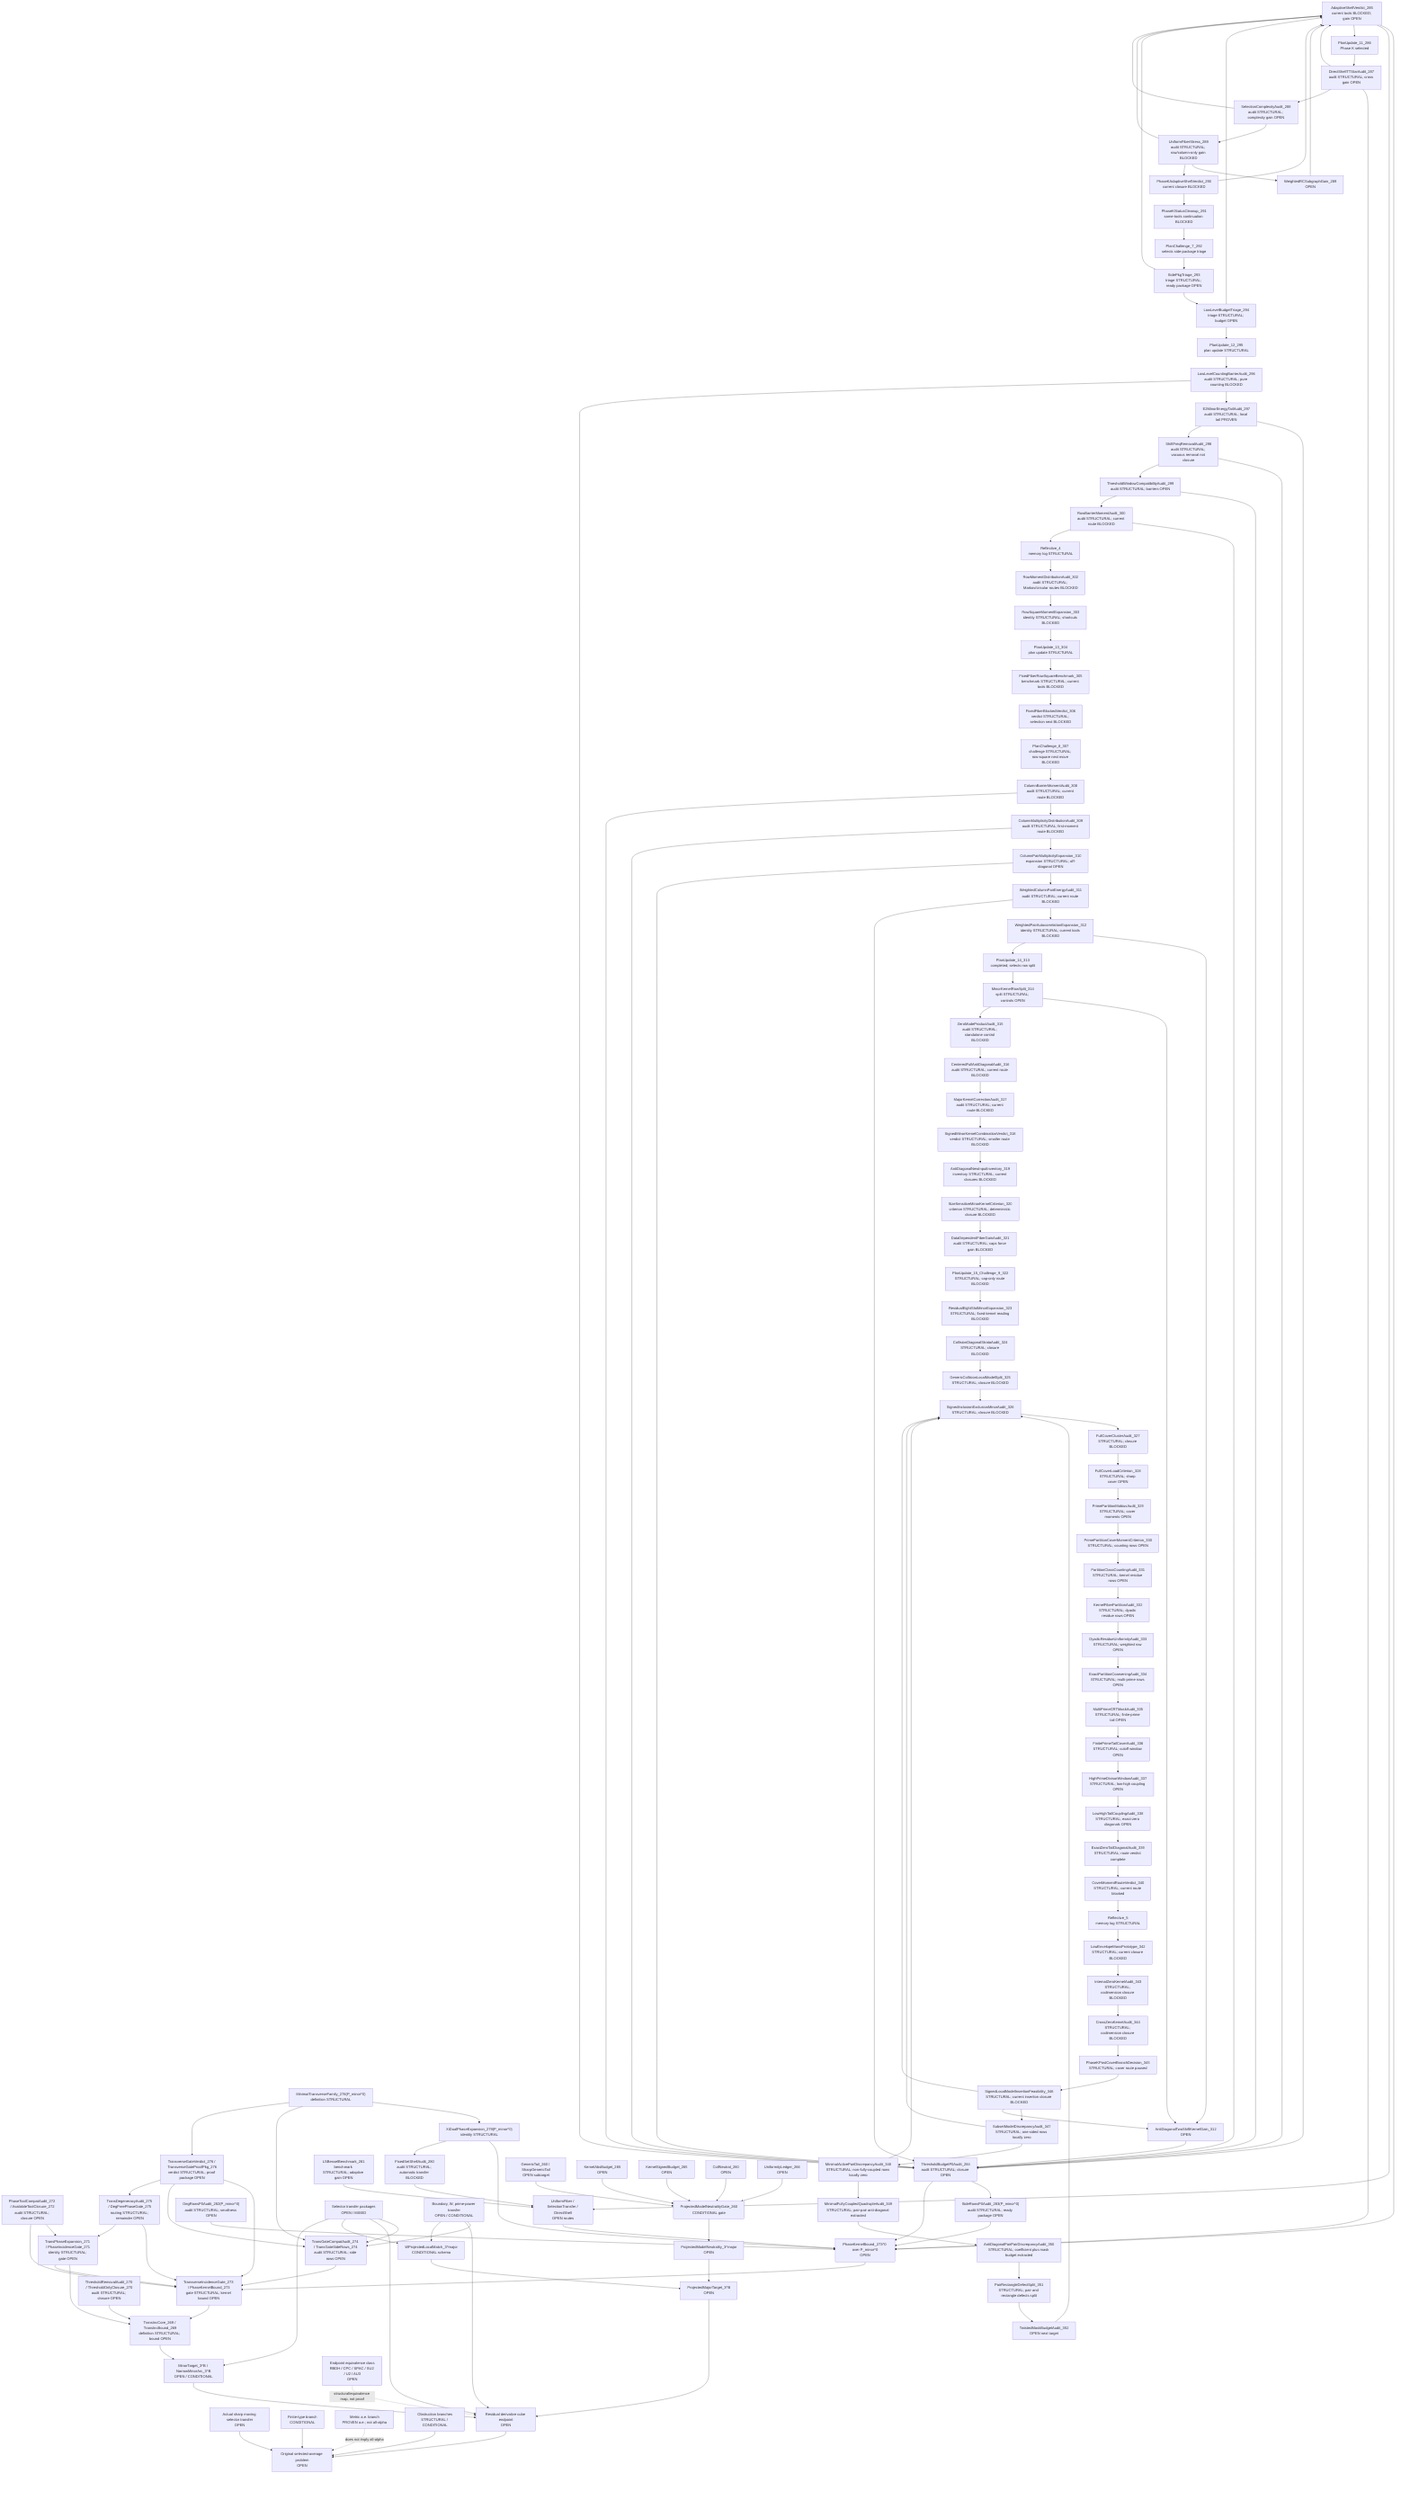
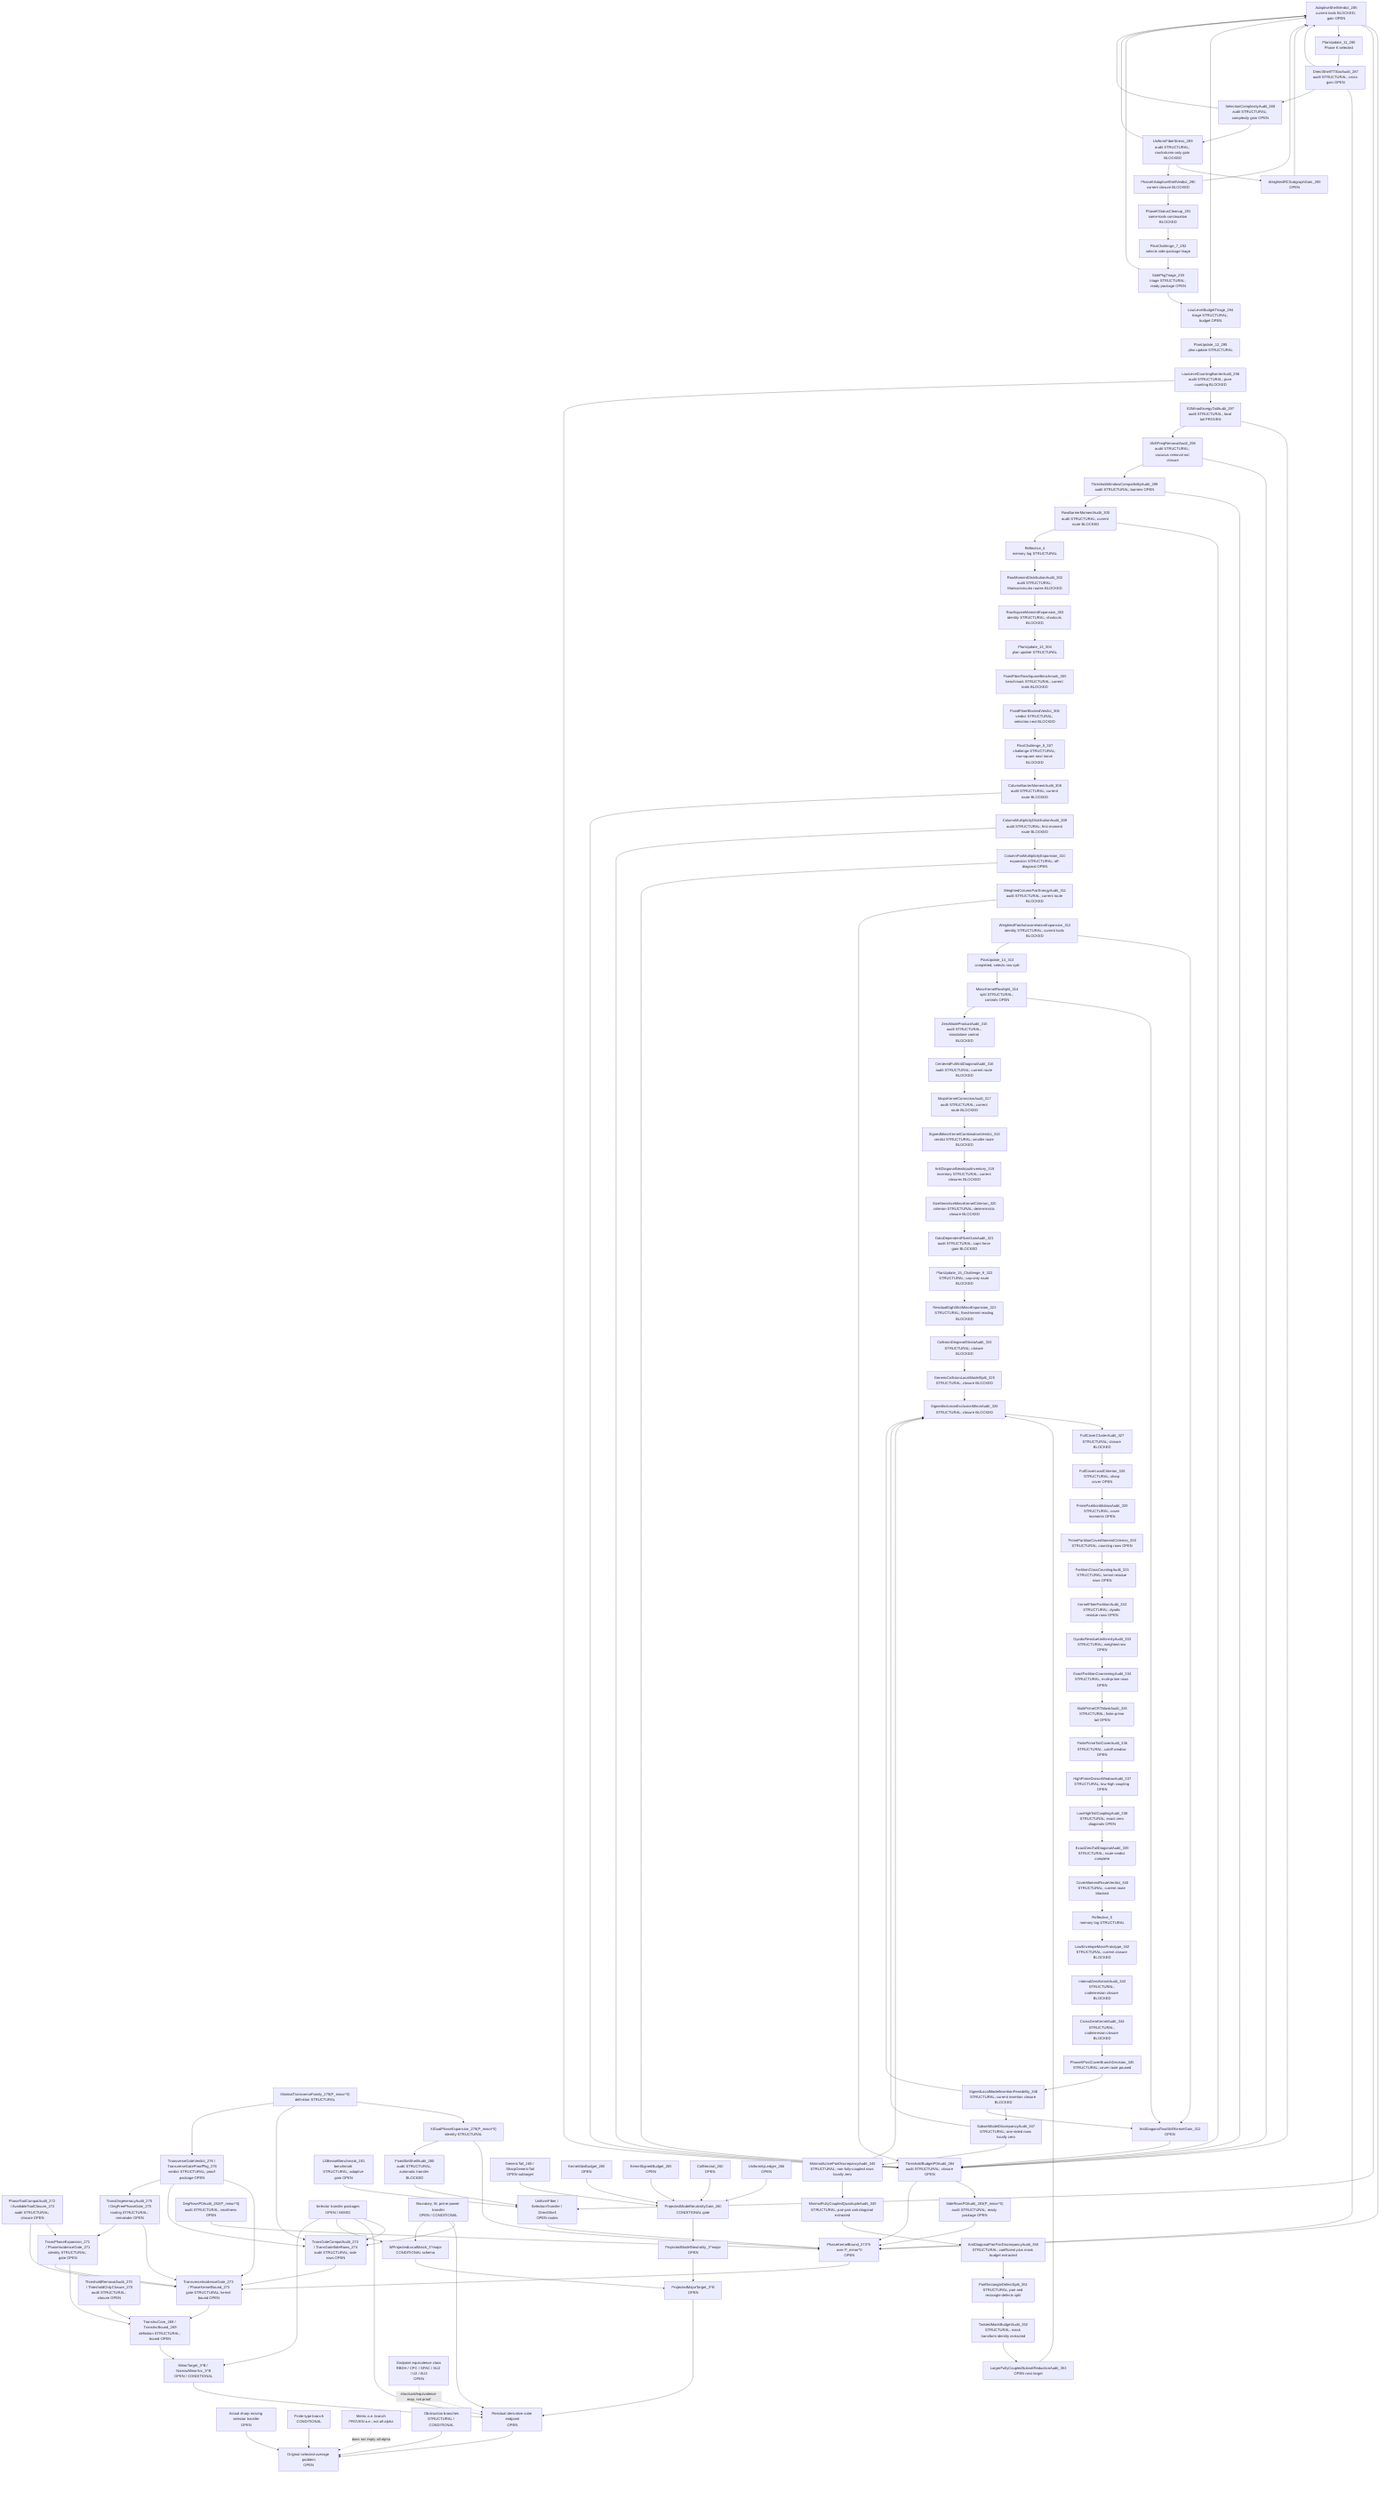
flowchart TD
  Original["Original selected-average problem<br/>OPEN"]
  SharpSel["Actual sharp moving selector transfer<br/>OPEN"]
  FiniteType["Finite-type branch<br/>CONDITIONAL"]
  Metric["Metric a.e. branch<br/>PROVEN a.e.; not all-alpha"]
  Obstruction["Obstruction branches<br/>STRUCTURAL / CONDITIONAL"]

  ResCube["Residual derivative cube endpoint<br/>OPEN"]
  MajorTarget["ProjectedMajorTarget_3^B<br/>OPEN"]
  MinorTarget["MinorTarget_3^B / NarrowMinorArc_3^B<br/>OPEN / CONDITIONAL"]
  TransInc["TransIncCore_269 / TransIncBound_269<br/>definition STRUCTURAL; bound OPEN"]
  ThresholdAudit["ThresholdRemovalAudit_270 / ThresholdOnlyClosure_270<br/>audit STRUCTURAL; closure OPEN"]
  PhaseExpansion["TransPhaseExpansion_271 / PhaseIncidenceGate_271<br/>identity STRUCTURAL; gate OPEN"]
  ToolCompat["PhaseToolCompatAudit_272 / AvailableToolClosure_272<br/>audit STRUCTURAL; closure OPEN"]
  TransGate["TransverseIncidenceGate_273 / PhaseKernelBound_273<br/>gate STRUCTURAL; kernel bound OPEN"]
  TransGateCompat["TransGateCompatAudit_274 / TransGateSideRows_274<br/>audit STRUCTURAL; side rows OPEN"]
  DegAudit["TransDegeneracyAudit_275 / DegFreePhaseGate_275<br/>routing STRUCTURAL; remainder OPEN"]
  TransVerdict["TransverseGateVerdict_276 / TransverseGateProofPkg_276<br/>verdict STRUCTURAL; proof package OPEN"]
  MinTransFamily["MinimalTransverseFamily_278(P_minor^0)<br/>definition STRUCTURAL"]
  XiExpansion["XiDualPhaseExpansion_279(P_minor^0)<br/>identity STRUCTURAL"]
  FixedShellAudit["FixedSetShellAudit_280<br/>audit STRUCTURAL; automatic transfer BLOCKED"]
  FixedShellTransfer["UniformFiber / SelectionTransfer / DirectShell<br/>OPEN routes"]
  LSBesselBench["LSBesselBenchmark_281<br/>benchmark STRUCTURAL; adaptive gain OPEN"]
  DegRowsP0["DegRowsP0Audit_282(P_minor^0)<br/>audit STRUCTURAL; smallness OPEN"]
  SideRowsP0["SideRowsP0Audit_283(P_minor^0)<br/>audit STRUCTURAL; ready package OPEN"]
  ThresholdP0["ThresholdBudgetP0Audit_284<br/>audit STRUCTURAL; closure OPEN"]
  AdaptiveShellP0["AdaptiveShellVerdict_285<br/>current tools BLOCKED; gain OPEN"]
  PlanUpdate11["PlanUpdate_11_286<br/>Phase K selected"]
  DirectTTStar["DirectShellTTStarAudit_287<br/>audit STRUCTURAL; cross gain OPEN"]
  SelectionComplexity["SelectionComplexityAudit_288<br/>audit STRUCTURAL; complexity gain OPEN"]
  UniformFiberStress["UniformFiberStress_289<br/>audit STRUCTURAL; row/column-only gain BLOCKED"]
  WeightedRCSubgraph["WeightedRCSubgraphGain_289<br/>OPEN"]
  AdaptiveVerdict290["PhaseKAdaptiveShellVerdict_290<br/>current closure BLOCKED"]
  PhaseKCleanup291["PhaseKStatusCleanup_291<br/>same-tools continuation BLOCKED"]
  PlanChallenge7["PlanChallenge_7_292<br/>selects side-package triage"]
  SidePkgTriage293["SidePkgTriage_293<br/>triage STRUCTURAL; ready package OPEN"]
  LowLevelTriage294["LowLevelBudgetTriage_294<br/>triage STRUCTURAL; budget OPEN"]
  PlanUpdate12["PlanUpdate_12_295<br/>plan update STRUCTURAL"]
  LowLevelBarrier296["LowLevelCountingBarrierAudit_296<br/>audit STRUCTURAL; pure counting BLOCKED"]
  E2Tail297["E2MinorEnergyTailAudit_297<br/>audit STRUCTURAL; local tail PROVEN"]
  ShiftFreq298["ShiftFreqRemovalAudit_298<br/>audit STRUCTURAL; vacuous removal not closure"]
  ThresholdWindow299["ThresholdWindowCompatibilityAudit_299<br/>audit STRUCTURAL; barriers OPEN"]
  RowBarrier300["RowBarrierMomentAudit_300<br/>audit STRUCTURAL; current route BLOCKED"]
  Reflective4["Reflective_4<br/>memory log STRUCTURAL"]
  RowMoment302["RowMomentDistributionAudit_302<br/>audit STRUCTURAL; Markov/circular routes BLOCKED"]
  RowSquare303["RowSquareMomentExpansion_303<br/>identity STRUCTURAL; shortcuts BLOCKED"]
  PlanUpdate13["PlanUpdate_13_304<br/>plan update STRUCTURAL"]
  FixedFiber305["FixedFiberRowSquareBenchmark_305<br/>benchmark STRUCTURAL; current tools BLOCKED"]
  FixedFiber306["FixedFiberBlockedVerdict_306<br/>verdict STRUCTURAL; selection next BLOCKED"]
  PlanChallenge8["PlanChallenge_8_307<br/>challenge STRUCTURAL; row-square next move BLOCKED"]
  ColumnBarrier308["ColumnBarrierMomentAudit_308<br/>audit STRUCTURAL; current route BLOCKED"]
  ColumnDist309["ColumnMultiplicityDistributionAudit_309<br/>audit STRUCTURAL; first-moment route BLOCKED"]
  ColumnPair310["ColumnPairMultiplicityExpansion_310<br/>expansion STRUCTURAL; off-diagonal OPEN"]
  WPair311["WeightedColumnPairEnergyAudit_311<br/>audit STRUCTURAL; current route BLOCKED"]
  AutoCorr312["WeightedPairAutocorrelationExpansion_312<br/>identity STRUCTURAL; current tools BLOCKED"]
  AntiDiag312["AntiDiagonalTwoShiftKernelGain_312<br/>OPEN"]
  PlanUpdate14["PlanUpdate_14_313<br/>completed; selects row split"]
  MinorKernel314["MinorKernelRowSplit_314<br/>split STRUCTURAL; controls OPEN"]
  ZeroAudit315["ZeroModeProductAudit_315<br/>audit STRUCTURAL; standalone control BLOCKED"]
  CenteredFull316["CenteredFullAntiDiagonalAudit_316<br/>audit STRUCTURAL; current route BLOCKED"]
  MajorCorr317["MajorKernelCorrectionAudit_317<br/>audit STRUCTURAL; current route BLOCKED"]
  SignedVerdict318["SignedMinorKernelCombinationVerdict_318<br/>verdict STRUCTURAL; smaller route BLOCKED"]
  NewInput319["AntiDiagonalNewInputInventory_319<br/>inventory STRUCTURAL; current closures BLOCKED"]
  SizeSensitive320["SizeSensitiveMinorKernelCriterion_320<br/>criterion STRUCTURAL; deterministic closure BLOCKED"]
  FiberGain321["DataDependentFiberGainAudit_321<br/>audit STRUCTURAL; caps force gain BLOCKED"]
  Plan322["PlanUpdate_15_Challenge_9_322<br/>STRUCTURAL; cap-only route BLOCKED"]
  ResidualEight323["ResidualEightSlotMinorExpansion_323<br/>STRUCTURAL; fixed-kernel reading BLOCKED"]
  Collision324["CollisionDiagonalStrataAudit_324<br/>STRUCTURAL; closure BLOCKED"]
  GenericSplit325["GenericCollisionLocalModelSplit_325<br/>STRUCTURAL; closure BLOCKED"]
  SignedIE326["SignedInclusionExclusionMinorAudit_326<br/>STRUCTURAL; closure BLOCKED"]
  FullCover327["FullCoverClusterAudit_327<br/>STRUCTURAL; closure BLOCKED"]
  CoverLoad328["FullCoverLoadCriterion_328<br/>STRUCTURAL; sharp cover OPEN"]
  PrimeMobius329["PrimePartitionMobiusAudit_329<br/>STRUCTURAL; cover moments OPEN"]
  CoverMoment330["PrimePartitionCoverMomentCriterion_330<br/>STRUCTURAL; counting rows OPEN"]
  PartitionCount331["PartitionClassCountingAudit_331<br/>STRUCTURAL; kernel residue rows OPEN"]
  KernelFiber332["KernelFiberPartitionAudit_332<br/>STRUCTURAL; dyadic residue rows OPEN"]
  Dyadic333["DyadicResidueUniformityAudit_333<br/>STRUCTURAL; weighted row OPEN"]
  Coarsening334["ExactPartitionCoarseningAudit_334<br/>STRUCTURAL; multi-prime rows OPEN"]
  CRTMask335["MultiPrimeCRTMaskAudit_335<br/>STRUCTURAL; finite-prime tail OPEN"]
  Tail336["FinitePrimeTailCoverAudit_336<br/>STRUCTURAL; cutoff window OPEN"]
  DivWindow337["HighPrimeDivisorWindowAudit_337<br/>STRUCTURAL; low-high coupling OPEN"]
  LowHigh338["LowHighTailCouplingAudit_338<br/>STRUCTURAL; exact-zero diagonals OPEN"]
  ExactZero339["ExactZeroTailDiagonalAudit_339<br/>STRUCTURAL; route verdict complete"]
  CoverVerdict340["CoverMomentRouteVerdict_340<br/>STRUCTURAL; current route blocked"]
  Reflective5["Reflective_5<br/>memory log STRUCTURAL"]
  LowEnvelope342["LowEnvelopeMassPrototype_342<br/>STRUCTURAL; current closure BLOCKED"]
  InternalZero343["InternalZeroKernelAudit_343<br/>STRUCTURAL; codimension closure BLOCKED"]
  CrossZero344["CrossZeroKernelAudit_344<br/>STRUCTURAL; codimension closure BLOCKED"]
  PhaseDecision345["PhaseKPostCoverBranchDecision_345<br/>STRUCTURAL; cover route paused"]
  SignedInsertion346["SignedLocalModelInsertionFeasibility_346<br/>STRUCTURAL; current insertion closure BLOCKED"]
  SubsetDiscrep347["SubsetModelDiscrepancyAudit_347<br/>STRUCTURAL; one-sided rows locally zero"]
  MinPair348["MinimalActivePairDiscrepancyAudit_348<br/>STRUCTURAL; non-fully-coupled rows locally zero"]
  MinQuad349["MinimalFullyCoupledQuadrupleAudit_349<br/>STRUCTURAL; pair-pair anti-diagonal extracted"]
  PairPair350["AntiDiagonalPairPairDiscrepancyAudit_350<br/>STRUCTURAL; coefficient plus mask budget extracted"]
  DefectSplit351["PairRectangleDefectSplit_351<br/>STRUCTURAL; pair and rectangle defects split"]
-   TwistMask352["TwistedMaskBudgetAudit_352<br/>OPEN next target"]
+   TwistMask352["TwistedMaskBudgetAudit_352<br/>STRUCTURAL; mask transform identity extracted"]
+   LargeSubset353["LargerFullyCoupledSubsetReductionAudit_353<br/>OPEN next target"]
  PhaseKernel0["PhaseKernelBound_273^0 over P_minor^0<br/>OPEN"]
  SelectorTransfer["Selector transfer packages<br/>OPEN / MIXED"]
  BoundaryTransfer["Boundary, W, prime-power transfer<br/>OPEN / CONDITIONAL"]

  WLocal["WProjectedLocalMatch_3^major<br/>CONDITIONAL schema"]
  ModelNeutral["ProjectedModelNeutrality_3^major<br/>OPEN"]
  PMNGate["ProjectedModelNeutralityGate_260<br/>CONDITIONAL gate"]
  GenericTail["GenericTail_260 / SharpGenericTail<br/>OPEN subtarget"]
  KernelAbs["KernelAbsBudget_265<br/>OPEN"]
  KernelSigned["KernelSignedBudget_265<br/>OPEN"]
  CollNeutral["CollNeutral_260<br/>OPEN"]
  Uniformity["UniformityLedger_266<br/>OPEN"]

  EndpointClass["Endpoint equivalence class<br/>RBDH / CPC / SPAC / SU2 / U2 / AU3<br/>OPEN"]

  SharpSel --> Original
  FiniteType --> Original
  Obstruction --> Original
  ResCube --> Original
  Metric -. "does not imply all-alpha" .-> Original

  MajorTarget --> ResCube
  MinorTarget --> ResCube
  TransInc --> MinorTarget
  ThresholdAudit --> TransInc
  PhaseExpansion --> TransInc
  ToolCompat --> PhaseExpansion
  TransGate --> TransInc
  PhaseExpansion --> TransGate
  ToolCompat --> TransGate
  TransGateCompat --> TransGate
  SelectorTransfer --> TransGateCompat
  BoundaryTransfer --> TransGateCompat
  DegAudit --> TransGate
  DegAudit --> PhaseExpansion
  TransVerdict --> TransGate
  TransVerdict --> TransGateCompat
  TransVerdict --> DegAudit
  PhaseKernel0 --> TransGate
  MinTransFamily --> XiExpansion
  XiExpansion --> PhaseKernel0
  XiExpansion --> FixedShellAudit
  FixedShellAudit --> FixedShellTransfer
  FixedShellTransfer --> PhaseKernel0
  LSBesselBench --> FixedShellTransfer
  DegRowsP0 --> PhaseKernel0
  SideRowsP0 --> PhaseKernel0
  ThresholdP0 --> SideRowsP0
  ThresholdP0 --> PhaseKernel0
  AdaptiveShellP0 --> PhaseKernel0
  AdaptiveShellP0 --> FixedShellTransfer
  AdaptiveShellP0 --> PlanUpdate11
  PlanUpdate11 --> DirectTTStar
  DirectTTStar --> AdaptiveShellP0
  DirectTTStar --> PhaseKernel0
  DirectTTStar --> SelectionComplexity
  SelectionComplexity --> UniformFiberStress
  SelectionComplexity --> AdaptiveShellP0
  UniformFiberStress --> WeightedRCSubgraph
  WeightedRCSubgraph --> AdaptiveShellP0
  UniformFiberStress --> AdaptiveVerdict290
  UniformFiberStress --> AdaptiveShellP0
  AdaptiveVerdict290 --> AdaptiveShellP0
  AdaptiveVerdict290 --> PhaseKCleanup291
  PhaseKCleanup291 --> PlanChallenge7
  PlanChallenge7 --> SidePkgTriage293
  SidePkgTriage293 --> LowLevelTriage294
  SidePkgTriage293 --> AdaptiveShellP0
  LowLevelTriage294 --> AdaptiveShellP0
  LowLevelTriage294 --> PlanUpdate12
  PlanUpdate12 --> LowLevelBarrier296
  LowLevelBarrier296 --> E2Tail297
  LowLevelBarrier296 --> ThresholdP0
  E2Tail297 --> ThresholdP0
  E2Tail297 --> ShiftFreq298
  ShiftFreq298 --> ThresholdP0
  ShiftFreq298 --> ThresholdWindow299
  ThresholdWindow299 --> ThresholdP0
  ThresholdWindow299 --> RowBarrier300
  RowBarrier300 --> ThresholdP0
  RowBarrier300 --> Reflective4
  Reflective4 --> RowMoment302
  RowMoment302 --> RowSquare303
  RowSquare303 --> PlanUpdate13
  PlanUpdate13 --> FixedFiber305
  FixedFiber305 --> FixedFiber306
  FixedFiber306 --> PlanChallenge8
  PlanChallenge8 --> ColumnBarrier308
  ColumnBarrier308 --> ColumnDist309
  ColumnDist309 --> ColumnPair310
  ColumnPair310 --> WPair311
  WPair311 --> AutoCorr312
  AutoCorr312 --> AntiDiag312
  AntiDiag312 --> ThresholdP0
  AutoCorr312 --> PlanUpdate14
  PlanUpdate14 --> MinorKernel314
  MinorKernel314 --> AntiDiag312
  MinorKernel314 --> ZeroAudit315
  ZeroAudit315 --> CenteredFull316
  CenteredFull316 --> MajorCorr317
  MajorCorr317 --> SignedVerdict318
  SignedVerdict318 --> NewInput319
  NewInput319 --> SizeSensitive320
  SizeSensitive320 --> FiberGain321
  FiberGain321 --> Plan322
  Plan322 --> ResidualEight323
  ResidualEight323 --> Collision324
  Collision324 --> GenericSplit325
  GenericSplit325 --> SignedIE326
  SignedIE326 --> FullCover327
  FullCover327 --> CoverLoad328
  CoverLoad328 --> PrimeMobius329
  PrimeMobius329 --> CoverMoment330
  CoverMoment330 --> PartitionCount331
  PartitionCount331 --> KernelFiber332
  KernelFiber332 --> Dyadic333
  Dyadic333 --> Coarsening334
  Coarsening334 --> CRTMask335
  CRTMask335 --> Tail336
  Tail336 --> DivWindow337
  DivWindow337 --> LowHigh338
  LowHigh338 --> ExactZero339
  ExactZero339 --> CoverVerdict340
  CoverVerdict340 --> Reflective5
  Reflective5 --> LowEnvelope342
  LowEnvelope342 --> InternalZero343
  InternalZero343 --> CrossZero344
  CrossZero344 --> PhaseDecision345
  PhaseDecision345 --> SignedInsertion346
  SignedInsertion346 --> SubsetDiscrep347
  SubsetDiscrep347 --> MinPair348
  MinPair348 --> MinQuad349
  MinQuad349 --> PairPair350
  PairPair350 --> DefectSplit351
  DefectSplit351 --> TwistMask352
-   TwistMask352 --> SignedIE326
+   TwistMask352 --> LargeSubset353
+   LargeSubset353 --> SignedIE326
  MinPair348 --> SignedIE326
  SubsetDiscrep347 --> SignedIE326
  SignedInsertion346 --> SignedIE326
  SignedInsertion346 --> AntiDiag312
  WPair311 --> ThresholdP0
  ColumnPair310 --> ThresholdP0
  ColumnDist309 --> ThresholdP0
  ColumnBarrier308 --> ThresholdP0
  MinTransFamily --> TransGateCompat
  MinTransFamily --> TransVerdict
  SelectorTransfer --> ResCube
  BoundaryTransfer --> ResCube
  EndpointClass -. "structural/equivalence map, not proof" .-> ResCube

  WLocal --> MajorTarget
  ModelNeutral --> MajorTarget

  PMNGate --> ModelNeutral
  GenericTail --> PMNGate
  KernelAbs --> PMNGate
  KernelSigned --> PMNGate
  CollNeutral --> PMNGate
  Uniformity --> PMNGate

  BoundaryTransfer --> WLocal
  SelectorTransfer --> WLocal
  SelectorTransfer --> MinorTarget
